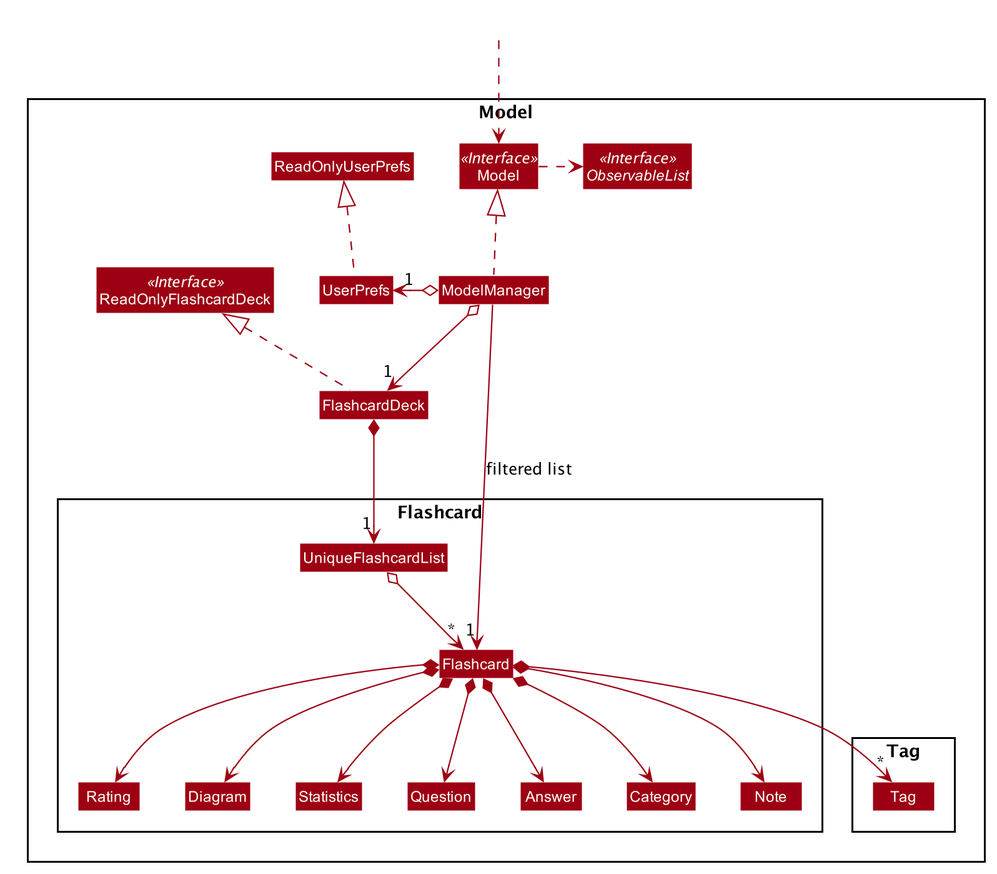
Earlier version of the PlantUML export docs/images/ModelClassDiagram.png (nus-cs2103-AY2021S1/tp). Source of this version:
```plantuml
@startuml








skinparam BackgroundColor #FFFFFFF

skinparam Shadowing false

skinparam Class {
    FontColor #FFFFFF
    BorderThickness 1
    BorderColor #FFFFFF
    StereotypeFontColor #FFFFFF
    FontName Arial
}

skinparam Actor {
    BorderColor #000000
    Color #000000
    FontName Arial
}

skinparam Sequence {
    MessageAlign center
    BoxFontSize 15
    BoxPadding 0
    BoxFontColor #FFFFFF
    FontName Arial
}

skinparam Participant {
    FontColor #FFFFFFF
    Padding 20
}

skinparam MinClassWidth 50
skinparam ParticipantPadding 10
skinparam Shadowing false
skinparam DefaultTextAlignment center
skinparam packageStyle Rectangle

hide footbox
hide members
hide circle
skinparam arrowThickness 1.1
skinparam arrowColor #9D0012
skinparam classBackgroundColor #9D0012

Package Model <<Rectangle>>{
Interface ReadOnlyFlashcardDeck <<Interface>>
Interface Model <<Interface>>
Interface ObservableList <<Interface>>
Class FlashcardDeck
Class ReadOnlyFlashcardDeck
Class Model
Class ModelManager
Class UserPrefs
Class ReadOnlyUserPrefs

Package Flashcard {
Class Flashcard
Class Question
Class Answer
Class Category
Class Note
Class Rating
Class Diagram
Class Statistics
Class UniqueFlashcardList
}

Package Tag {
Class Tag
}
}

Class HiddenOutside #FFFFFF
HiddenOutside ..> Model

FlashcardDeck .up.|> ReadOnlyFlashcardDeck

ModelManager .up.|> Model
Model .right.> ObservableList
ModelManager o--> "1" FlashcardDeck
ModelManager o-left-> "1" UserPrefs
UserPrefs .up.|> ReadOnlyUserPrefs

FlashcardDeck *--> "1" UniqueFlashcardList
UniqueFlashcardList o--> "*" Flashcard
Flashcard *--> Question
Flashcard *--> Answer
Flashcard *--> Category
Flashcard *--> Note
Flashcard *--> Rating
Flashcard *--> Diagram
Flashcard *--> Statistics
Flashcard *--> "*" Tag

Rating -[hidden]right-> Diagram
Diagram -[hidden]right-> Statistics
Statistics -[hidden]right-> Question
Question -[hidden]right-> Answer
Answer -[hidden]right-> Category
Category -[hidden]right-> Note

ModelManager -->"1" Flashcard : filtered list
@enduml
```
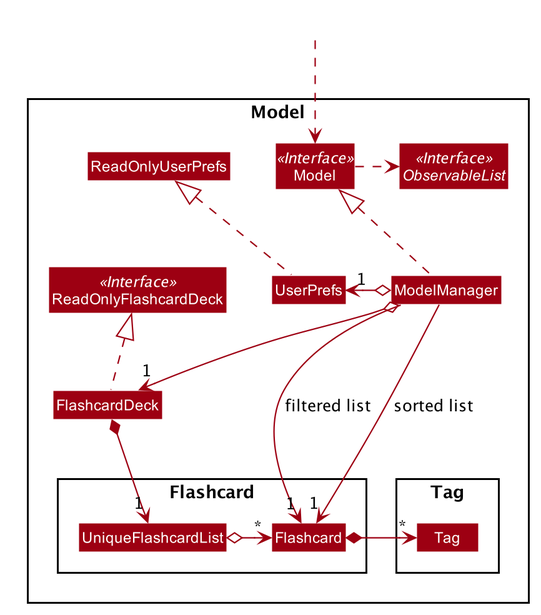
Above is the later version.

Commit message:
Abstract flashcard details from Model class diagram

What changed in the source:
```diff
@@ -64,13 +64,6 @@
 
 Package Flashcard {
 Class Flashcard
-Class Question
-Class Answer
-Class Category
-Class Note
-Class Rating
-Class Diagram
-Class Statistics
 Class UniqueFlashcardList
 }
 
@@ -91,22 +84,10 @@
 UserPrefs .up.|> ReadOnlyUserPrefs
 
 FlashcardDeck *--> "1" UniqueFlashcardList
-UniqueFlashcardList o--> "*" Flashcard
-Flashcard *--> Question
-Flashcard *--> Answer
-Flashcard *--> Category
-Flashcard *--> Note
-Flashcard *--> Rating
-Flashcard *--> Diagram
-Flashcard *--> Statistics
-Flashcard *--> "*" Tag
-
-Rating -[hidden]right-> Diagram
-Diagram -[hidden]right-> Statistics
-Statistics -[hidden]right-> Question
-Question -[hidden]right-> Answer
-Answer -[hidden]right-> Category
-Category -[hidden]right-> Note
+UniqueFlashcardList o-left-> "*" Flashcard
+Flashcard *-right-> "*" Tag
 
 ModelManager -->"1" Flashcard : filtered list
+ModelManager -->"1" Flashcard : sorted list
+
 @enduml
```
